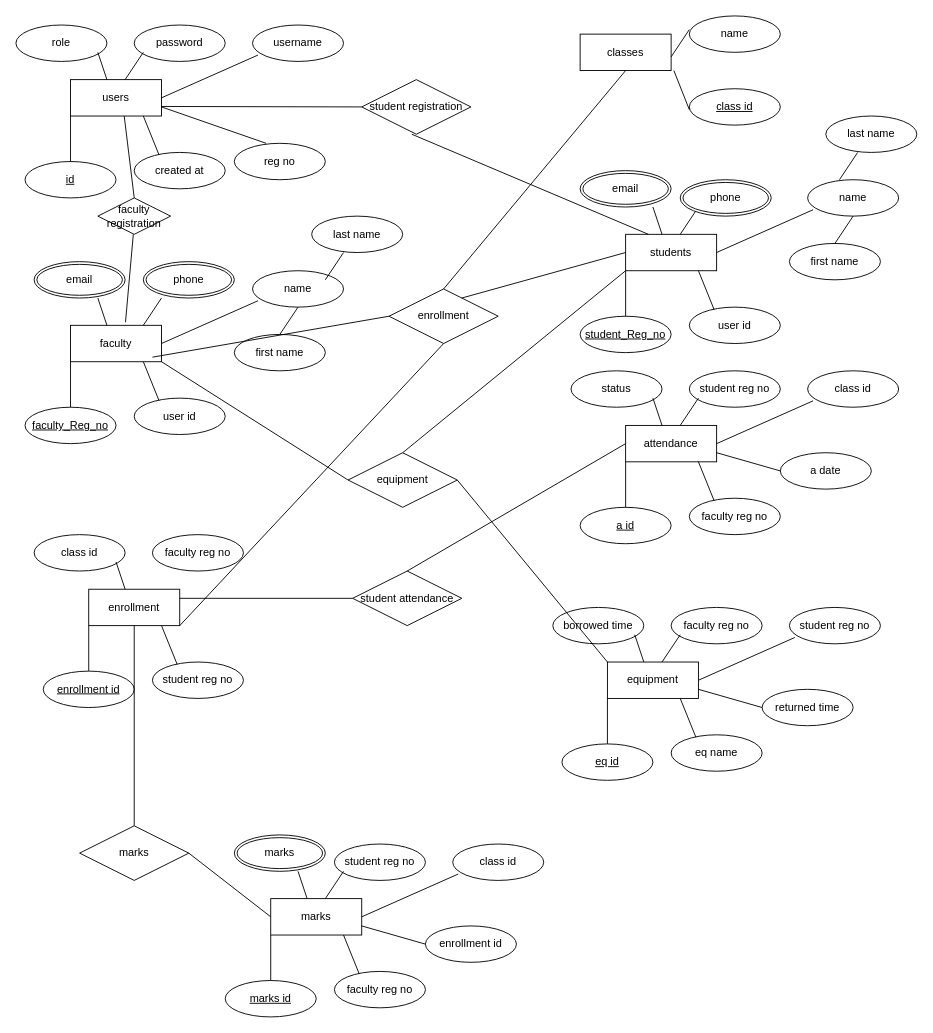
This is Untitled Diagram.drawio from DBMS-Lab-Management-System/project-backend, a draw.io file, before an edit. Source tidied: cells renumbered, new cells numbered last; positions are measured from the earlier drawing's top-left corner, leaving out a move shared by most shapes. Both pictures are drawn from the tidied source at 91%, with x=0, y=0 at pixel (15, 15).
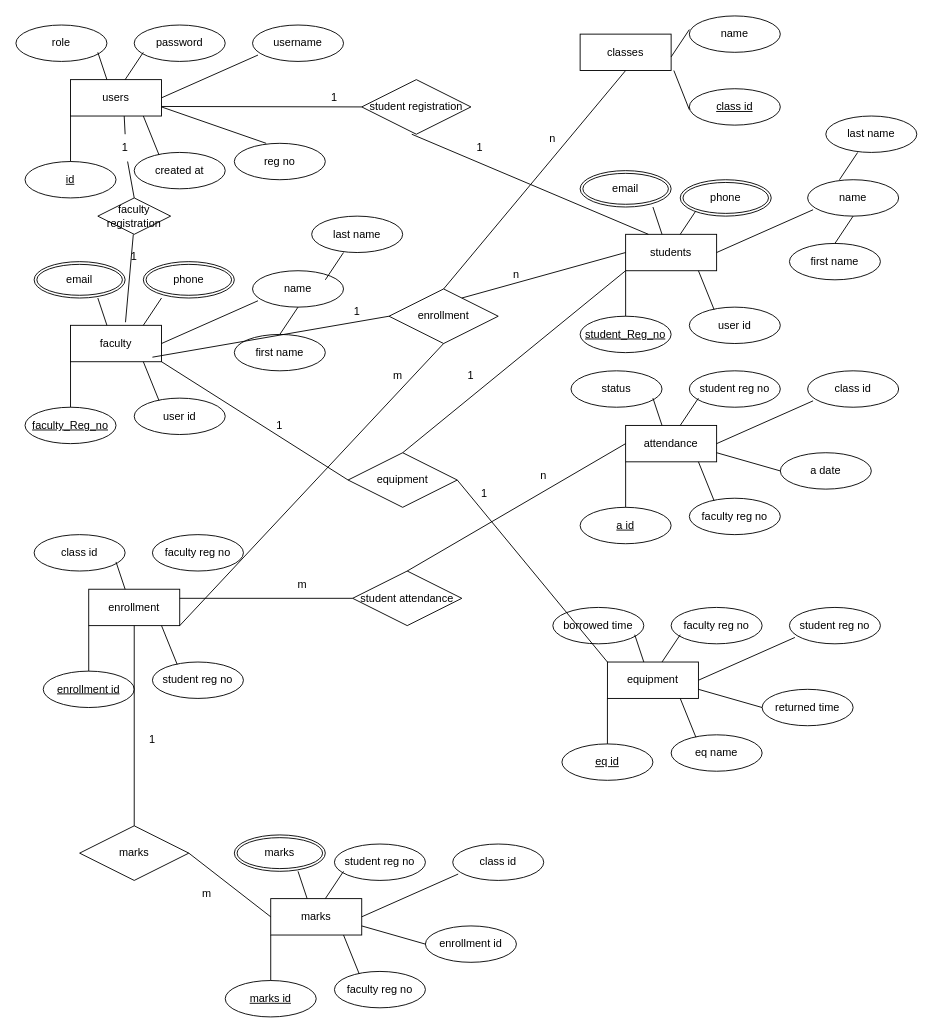
After the change.

Unchanged cells that the change refers to:
```xml
<mxCell id="100" value="faculty registration" style="shape=rhombus;perimeter=rhombusPerimeter;whiteSpace=wrap;html=1;align=center;" parent="1" vertex="1">
  <mxGeometry x="90" y="200" width="80" height="40" as="geometry" />
</mxCell>
```

Diff of the diagram source:
```diff
@@
-    <mxCell id="101" style="endArrow=none;html=1;rounded=0;entryX=0.5;entryY=0;entryDx=0;entryDy=0;" parent="1" edge="1" target="100">
-      <mxGeometry relative="1" as="geometry">
-        <mxPoint x="119" y="110" as="sourcePoint" />
-      </mxGeometry>
+    <mxCell id="101" style="endArrow=none;html=1;rounded=0;entryX=0.5;entryY=0;entryDx=0;entryDy=0;" parent="1" edge="1" source="122" target="100">
+      <mxGeometry relative="1" as="geometry" />
     </mxCell>
@@
+    <mxCell id="118" value="1" style="text;html=1;strokeColor=none;fillColor=none;align=center;verticalAlign=middle;whiteSpace=wrap;rounded=0;" parent="1" vertex="1">
+      <mxGeometry x="320" y="75" width="60" height="30" as="geometry" />
+    </mxCell>
+    <mxCell id="119" value="1" style="text;html=1;strokeColor=none;fillColor=none;align=center;verticalAlign=middle;whiteSpace=wrap;rounded=0;" parent="1" vertex="1">
+      <mxGeometry x="480" y="130" width="60" height="30" as="geometry" />
+    </mxCell>
+    <mxCell id="120" value="1" style="text;html=1;strokeColor=none;fillColor=none;align=center;verticalAlign=middle;whiteSpace=wrap;rounded=0;" parent="1" vertex="1">
+      <mxGeometry x="100" y="250" width="60" height="30" as="geometry" />
+    </mxCell>
+    <mxCell id="121" style="endArrow=none;html=1;rounded=0;entryX=0.5;entryY=0;entryDx=0;entryDy=0;" parent="1" edge="1" target="122">
+      <mxGeometry relative="1" as="geometry">
+        <mxPoint x="119" y="110" as="sourcePoint" />
+      </mxGeometry>
+    </mxCell>
+    <mxCell id="122" value="1" style="text;html=1;strokeColor=none;fillColor=none;align=center;verticalAlign=middle;whiteSpace=wrap;rounded=0;" parent="1" vertex="1">
+      <mxGeometry x="90" y="130" width="60" height="30" as="geometry" />
+    </mxCell>
+    <mxCell id="123" value="1" style="text;html=1;strokeColor=none;fillColor=none;align=center;verticalAlign=middle;whiteSpace=wrap;rounded=0;" parent="1" vertex="1">
+      <mxGeometry x="345" y="310" width="60" height="30" as="geometry" />
+    </mxCell>
+    <mxCell id="124" value="n" style="text;html=1;strokeColor=none;fillColor=none;align=center;verticalAlign=middle;whiteSpace=wrap;rounded=0;" parent="1" vertex="1">
+      <mxGeometry x="560" y="120" width="60" height="30" as="geometry" />
+    </mxCell>
+    <mxCell id="125" value="n" style="text;html=1;strokeColor=none;fillColor=none;align=center;verticalAlign=middle;whiteSpace=wrap;rounded=0;" parent="1" vertex="1">
+      <mxGeometry x="520" y="270" width="60" height="30" as="geometry" />
+    </mxCell>
+    <mxCell id="126" value="m" style="text;html=1;strokeColor=none;fillColor=none;align=center;verticalAlign=middle;whiteSpace=wrap;rounded=0;" parent="1" vertex="1">
+      <mxGeometry x="390" y="380" width="60" height="30" as="geometry" />
+    </mxCell>
+    <mxCell id="127" value="1" style="text;html=1;strokeColor=none;fillColor=none;align=center;verticalAlign=middle;whiteSpace=wrap;rounded=0;" parent="1" vertex="1">
+      <mxGeometry x="485" y="510" width="60" height="30" as="geometry" />
+    </mxCell>
+    <mxCell id="128" value="1" style="text;html=1;strokeColor=none;fillColor=none;align=center;verticalAlign=middle;whiteSpace=wrap;rounded=0;" parent="1" vertex="1">
+      <mxGeometry x="470" y="380" width="60" height="30" as="geometry" />
+    </mxCell>
+    <mxCell id="129" value="1" style="text;html=1;strokeColor=none;fillColor=none;align=center;verticalAlign=middle;whiteSpace=wrap;rounded=0;" parent="1" vertex="1">
+      <mxGeometry x="260" y="435" width="60" height="30" as="geometry" />
+    </mxCell>
+    <mxCell id="130" value="m" style="text;html=1;strokeColor=none;fillColor=none;align=center;verticalAlign=middle;whiteSpace=wrap;rounded=0;" parent="1" vertex="1">
+      <mxGeometry x="285" y="610" width="60" height="30" as="geometry" />
+    </mxCell>
+    <mxCell id="131" value="n" style="text;html=1;strokeColor=none;fillColor=none;align=center;verticalAlign=middle;whiteSpace=wrap;rounded=0;" parent="1" vertex="1">
+      <mxGeometry x="550" y="490" width="60" height="30" as="geometry" />
+    </mxCell>
+    <mxCell id="132" value="1" style="text;html=1;strokeColor=none;fillColor=none;align=center;verticalAlign=middle;whiteSpace=wrap;rounded=0;" parent="1" vertex="1">
+      <mxGeometry x="120" y="780" width="60" height="30" as="geometry" />
+    </mxCell>
+    <mxCell id="133" value="m" style="text;html=1;strokeColor=none;fillColor=none;align=center;verticalAlign=middle;whiteSpace=wrap;rounded=0;" parent="1" vertex="1">
+      <mxGeometry x="180" y="950" width="60" height="30" as="geometry" />
+    </mxCell>
```
